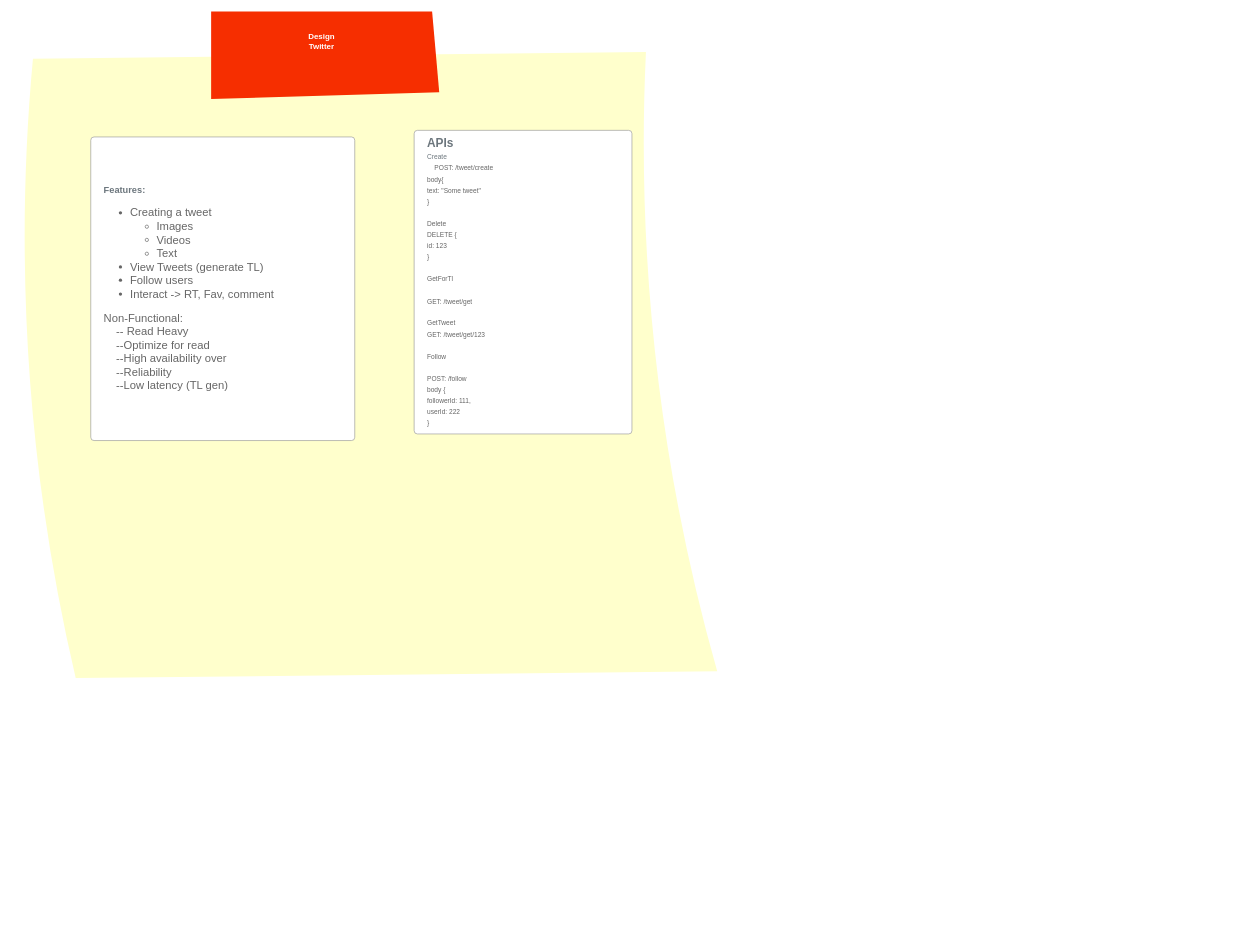
Above: draw/system-designs.drawio in kantnisha/draw.io (draw.io), before the change. Source tidied: cells renumbered, new cells numbered last; positions are measured from the earlier drawing's top-left corner, leaving out a move shared by most shapes. Both pictures are drawn from the tidied source at 66%, with x=0, y=0 at pixel (11, 11).
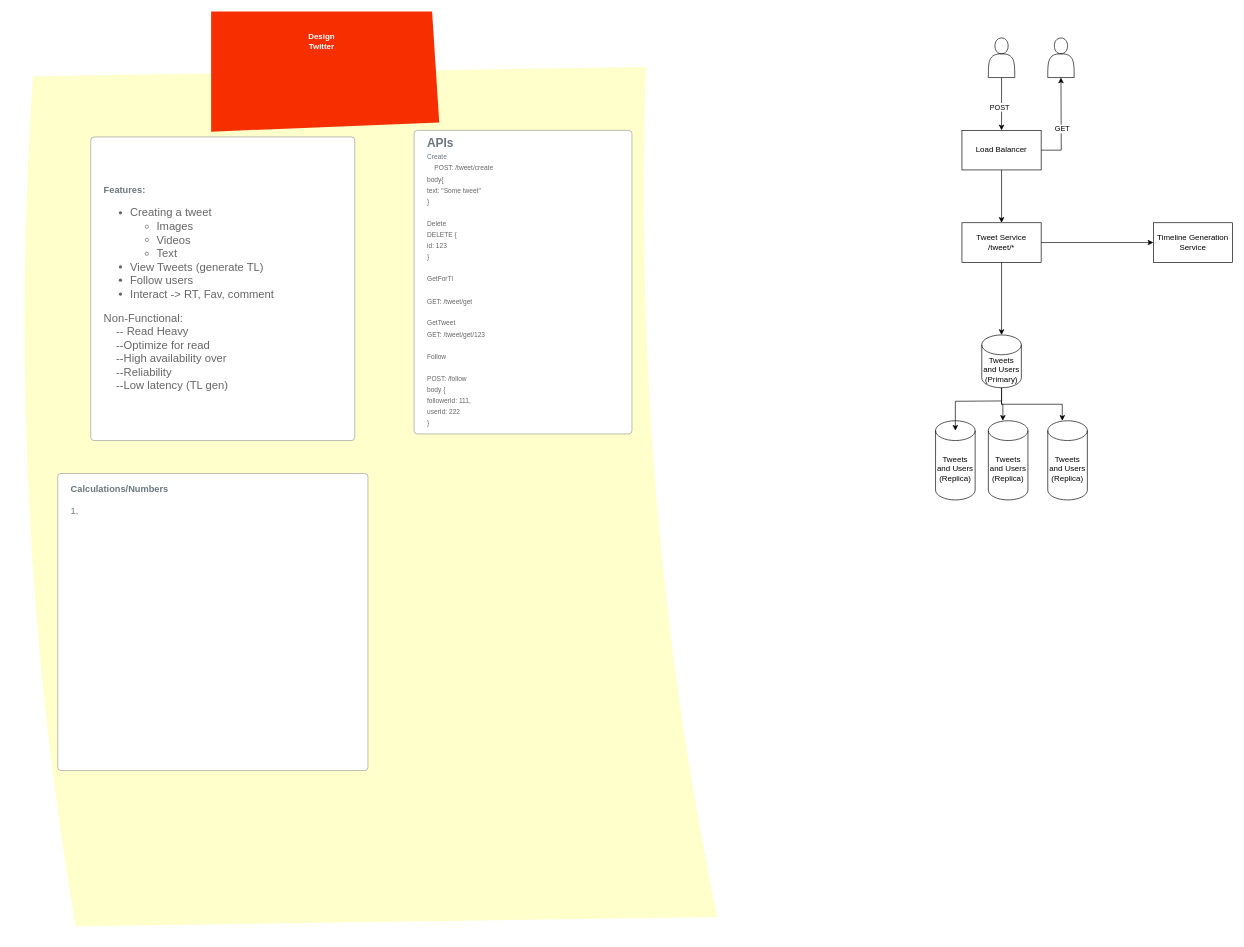
The same page after the edit.

Change to the diagram source:
```diff
@@
     <mxCell id="2" style="strokeWidth=1;shadow=0;dashed=0;align=left;html=1;shape=mxgraph.mockup.text.stickyNote2;fontColor=#666666;mainText=;fontSize=17;whiteSpace=wrap;fillColor=#ffffcc;strokeColor=#F62E00;" parent="1" vertex="1">
-      <mxGeometry width="1080" height="1020" as="geometry" />
+      <mxGeometry width="1080" height="1400" as="geometry" />
     </mxCell>
@@
+    <mxCell id="7" value="&lt;b&gt;Calculations/Numbers&lt;br&gt;&lt;/b&gt;&lt;br&gt;1.&amp;nbsp;&lt;br&gt;&lt;br&gt;&lt;br&gt;&lt;br&gt;&lt;br&gt;&lt;br&gt;&lt;br&gt;&lt;br&gt;&lt;br&gt;&lt;br&gt;&lt;br&gt;&lt;br&gt;&lt;br&gt;&lt;br&gt;&lt;br&gt;&lt;br&gt;&lt;br&gt;&lt;br&gt;&lt;br&gt;&lt;br&gt;&lt;br&gt;&lt;br&gt;&lt;br&gt;" style="html=1;shadow=0;dashed=0;shape=mxgraph.bootstrap.rrect;rSize=5;strokeColor=#999999;strokeWidth=1;fillColor=#FFFFFF;fontColor=#6C767D;whiteSpace=wrap;align=left;verticalAlign=middle;spacingLeft=10;fontSize=14;spacing=10;" parent="1" vertex="1">
+      <mxGeometry x="70" y="700" width="470" height="450" as="geometry" />
+    </mxCell>
+    <mxCell id="8" style="edgeStyle=orthogonalEdgeStyle;rounded=0;jettySize=auto;html=1;" parent="1" edge="1" source="10" target="12">
+      <mxGeometry relative="1" as="geometry" />
+    </mxCell>
+    <mxCell id="9" value="POST" style="edgeLabel;html=1;align=center;verticalAlign=middle;" parent="8" vertex="1">
+      <mxGeometry x="0.1" y="-4" relative="1" as="geometry" />
+    </mxCell>
+    <mxCell id="10" style="shape=actor;whiteSpace=wrap;html=1;" parent="1" vertex="1">
+      <mxGeometry x="1480" y="40" width="40" height="60" as="geometry" />
+    </mxCell>
+    <mxCell id="11" style="edgeStyle=orthogonalEdgeStyle;rounded=0;jettySize=auto;html=1;" parent="1" edge="1" source="12" target="15">
+      <mxGeometry relative="1" as="geometry" />
+    </mxCell>
+    <mxCell id="12" value="Load Balancer" style="whiteSpace=wrap;html=1;" parent="1" vertex="1">
+      <mxGeometry x="1440" y="180" width="120" height="60" as="geometry" />
+    </mxCell>
+    <mxCell id="13" style="edgeStyle=orthogonalEdgeStyle;rounded=0;jettySize=auto;html=1;" parent="1" edge="1" source="15" target="16">
+      <mxGeometry relative="1" as="geometry" />
+    </mxCell>
+    <mxCell id="14" style="edgeStyle=orthogonalEdgeStyle;rounded=0;jettySize=auto;html=1;" parent="1" edge="1" source="15" target="17">
+      <mxGeometry relative="1" as="geometry" />
+    </mxCell>
+    <mxCell id="15" value="Tweet Service&lt;br&gt;/tweet/*" style="whiteSpace=wrap;html=1;" parent="1" vertex="1">
+      <mxGeometry x="1440" y="320" width="120" height="60" as="geometry" />
+    </mxCell>
+    <mxCell id="16" value="Tweets and Users&lt;br&gt;(Primary)" style="shape=cylinder3;whiteSpace=wrap;html=1;boundedLbl=1;backgroundOutline=1;size=15;" parent="1" vertex="1">
+      <mxGeometry x="1470" y="490" width="60" height="80" as="geometry" />
+    </mxCell>
+    <mxCell id="17" value="Timeline Generation Service" style="whiteSpace=wrap;html=1;" parent="1" vertex="1">
+      <mxGeometry x="1730" y="320" width="120" height="60" as="geometry" />
+    </mxCell>
+    <mxCell id="18" style="shape=actor;whiteSpace=wrap;html=1;" parent="1" vertex="1">
+      <mxGeometry x="1570" y="40" width="40" height="60" as="geometry" />
+    </mxCell>
+    <mxCell id="19" style="edgeStyle=orthogonalEdgeStyle;rounded=0;jettySize=auto;html=1;" parent="1" edge="1" source="12">
+      <mxGeometry relative="1" as="geometry">
+        <mxPoint x="1590" y="100" as="targetPoint" />
+      </mxGeometry>
+    </mxCell>
+    <mxCell id="20" value="GET" style="edgeLabel;html=1;align=center;verticalAlign=middle;" parent="19" vertex="1">
+      <mxGeometry x="-0.1" y="-1" relative="1" as="geometry" />
+    </mxCell>
+    <mxCell id="21" value="Tweets and Users&lt;br&gt;(Replica)" style="shape=cylinder3;whiteSpace=wrap;html=1;boundedLbl=1;backgroundOutline=1;size=15;" parent="1" vertex="1">
+      <mxGeometry x="1400" y="620" width="60" height="120" as="geometry" />
+    </mxCell>
+    <mxCell id="22" value="Tweets and Users&lt;br&gt;(Replica)" style="shape=cylinder3;whiteSpace=wrap;html=1;boundedLbl=1;backgroundOutline=1;size=15;" parent="1" vertex="1">
+      <mxGeometry x="1480" y="620" width="60" height="120" as="geometry" />
+    </mxCell>
+    <mxCell id="23" value="Tweets and Users&lt;br&gt;(Replica)" style="shape=cylinder3;whiteSpace=wrap;html=1;boundedLbl=1;backgroundOutline=1;size=15;" parent="1" vertex="1">
+      <mxGeometry x="1570" y="620" width="60" height="120" as="geometry" />
+    </mxCell>
+    <mxCell id="24" style="edgeStyle=orthogonalEdgeStyle;rounded=0;jettySize=auto;html=1;entryX=0.5;entryY=0.125;entryDx=0;entryDy=0;entryPerimeter=0;" parent="1" edge="1" target="21">
+      <mxGeometry relative="1" as="geometry">
+        <mxPoint x="1500" y="590" as="sourcePoint" />
+      </mxGeometry>
+    </mxCell>
+    <mxCell id="25" style="edgeStyle=orthogonalEdgeStyle;rounded=0;jettySize=auto;html=1;exitX=0.5;exitY=1;exitDx=0;exitDy=0;exitPerimeter=0;entryX=0.367;entryY=0;entryDx=0;entryDy=0;entryPerimeter=0;" parent="1" edge="1" source="16" target="22">
+      <mxGeometry relative="1" as="geometry" />
+    </mxCell>
+    <mxCell id="26" style="edgeStyle=orthogonalEdgeStyle;rounded=0;jettySize=auto;html=1;exitX=0.5;exitY=1;exitDx=0;exitDy=0;exitPerimeter=0;entryX=0.367;entryY=0;entryDx=0;entryDy=0;entryPerimeter=0;" parent="1" edge="1" source="16" target="23">
+      <mxGeometry relative="1" as="geometry" />
+    </mxCell>
```
